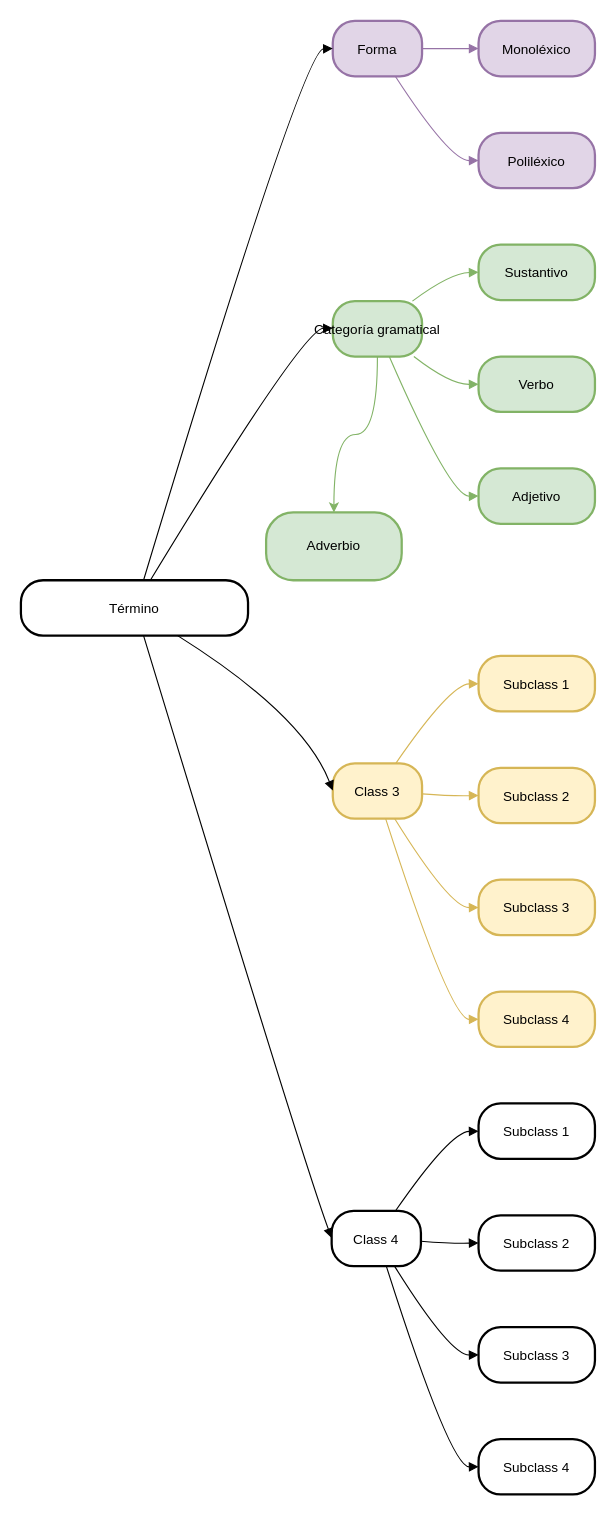
This is tipología.drawio from isabel-mm/guacamole, a draw.io file, before an edit. Source tidied: cells renumbered, new cells numbered last; positions are measured from the earlier drawing's top-left corner, leaving out a move shared by most shapes. Both pictures are drawn from the tidied source at 113%, with x=0, y=0 at pixel (20, 20).
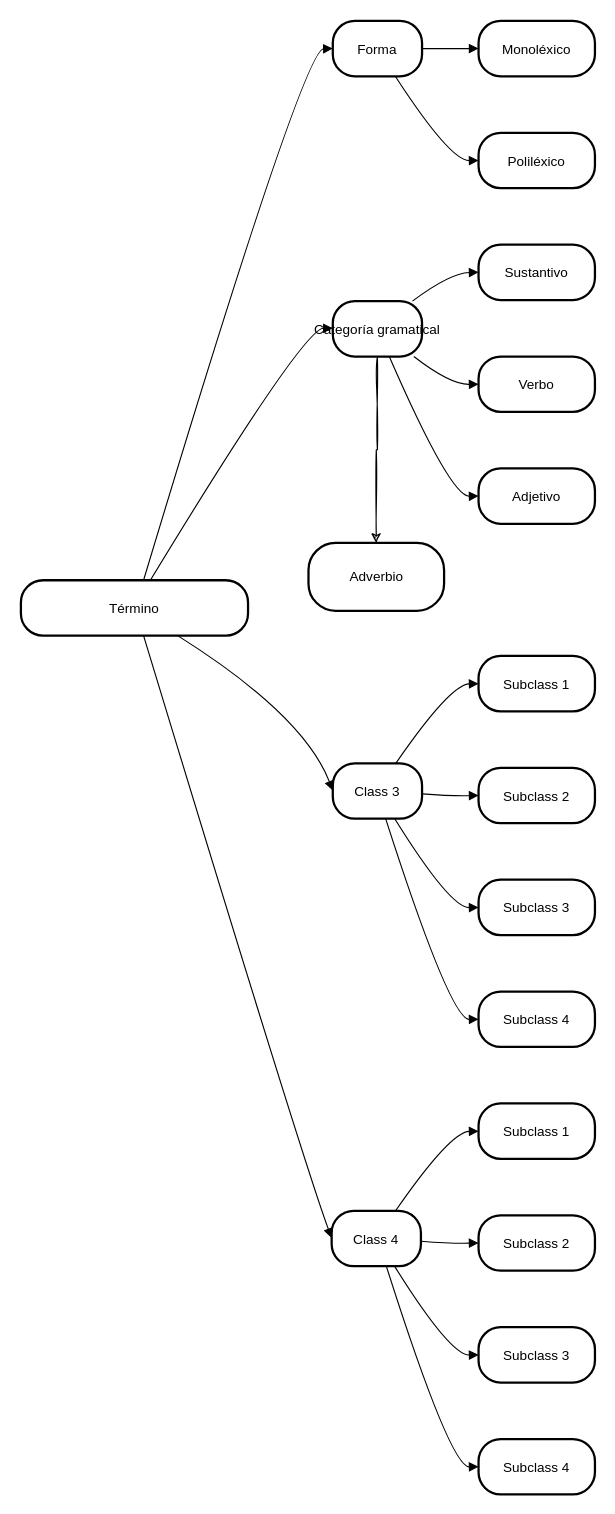
The same diagram, later.

Change to the diagram source:
```diff
@@
-    <mxCell id="3" value="Forma" style="rounded=1;arcSize=40;strokeWidth=2;fillColor=#e1d5e7;strokeColor=#9673a6;" parent="1" vertex="1">
+    <mxCell id="3" value="Forma" style="rounded=1;arcSize=40;strokeWidth=2;" parent="1" vertex="1">
       <mxGeometry x="276" width="79" height="49" as="geometry" />
     </mxCell>
-    <mxCell id="4" style="edgeStyle=orthogonalEdgeStyle;rounded=0;hachureGap=4;jettySize=auto;html=1;fontFamily=Architects Daughter;fillColor=#d5e8d4;strokeColor=#82b366;flowAnimation=0;curved=1;" parent="1" edge="1" source="5" target="38">
+    <mxCell id="4" style="edgeStyle=orthogonalEdgeStyle;rounded=0;sketch=1;hachureGap=4;jiggle=2;curveFitting=1;jettySize=auto;html=1;fontFamily=Architects Daughter;" parent="1" edge="1" source="5" target="38">
       <mxGeometry relative="1" as="geometry" />
     </mxCell>
-    <mxCell id="5" value="Categoría gramatical" style="rounded=1;arcSize=40;strokeWidth=2;fillColor=#d5e8d4;strokeColor=#82b366;" parent="1" vertex="1">
+    <mxCell id="5" value="Categoría gramatical" style="rounded=1;arcSize=40;strokeWidth=2;" parent="1" vertex="1">
       <mxGeometry x="276" y="248" width="79" height="49" as="geometry" />
     </mxCell>
-    <mxCell id="6" value="Class 3" style="rounded=1;arcSize=40;strokeWidth=2;fillColor=#fff2cc;strokeColor=#d6b656;" parent="1" vertex="1">
+    <mxCell id="6" value="Class 3" style="rounded=1;arcSize=40;strokeWidth=2;" parent="1" vertex="1">
       <mxGeometry x="276" y="657" width="79" height="49" as="geometry" />
     </mxCell>
@@
-    <mxCell id="8" value="Monoléxico" style="rounded=1;arcSize=40;strokeWidth=2;fillColor=#e1d5e7;strokeColor=#9673a6;" parent="1" vertex="1">
+    <mxCell id="8" value="Monoléxico" style="rounded=1;arcSize=40;strokeWidth=2;" parent="1" vertex="1">
       <mxGeometry x="405" width="103" height="49" as="geometry" />
     </mxCell>
-    <mxCell id="9" value="Poliléxico" style="rounded=1;arcSize=40;strokeWidth=2;fillColor=#e1d5e7;strokeColor=#9673a6;" parent="1" vertex="1">
+    <mxCell id="9" value="Poliléxico" style="rounded=1;arcSize=40;strokeWidth=2;" parent="1" vertex="1">
       <mxGeometry x="405" y="99" width="103" height="49" as="geometry" />
     </mxCell>
-    <mxCell id="10" value="Sustantivo" style="rounded=1;arcSize=40;strokeWidth=2;fillColor=#d5e8d4;strokeColor=#82b366;" parent="1" vertex="1">
+    <mxCell id="10" value="Sustantivo" style="rounded=1;arcSize=40;strokeWidth=2;" parent="1" vertex="1">
       <mxGeometry x="405" y="198" width="103" height="49" as="geometry" />
     </mxCell>
-    <mxCell id="11" value="Verbo" style="rounded=1;arcSize=40;strokeWidth=2;fillColor=#d5e8d4;strokeColor=#82b366;" parent="1" vertex="1">
+    <mxCell id="11" value="Verbo" style="rounded=1;arcSize=40;strokeWidth=2;" parent="1" vertex="1">
       <mxGeometry x="405" y="297" width="103" height="49" as="geometry" />
     </mxCell>
-    <mxCell id="12" value="Adjetivo" style="rounded=1;arcSize=40;strokeWidth=2;fillColor=#d5e8d4;strokeColor=#82b366;" parent="1" vertex="1">
+    <mxCell id="12" value="Adjetivo" style="rounded=1;arcSize=40;strokeWidth=2;" parent="1" vertex="1">
       <mxGeometry x="405" y="396" width="103" height="49" as="geometry" />
     </mxCell>
-    <mxCell id="13" value="Subclass 1" style="rounded=1;arcSize=40;strokeWidth=2;fillColor=#fff2cc;strokeColor=#d6b656;" parent="1" vertex="1">
+    <mxCell id="13" value="Subclass 1" style="rounded=1;arcSize=40;strokeWidth=2;" parent="1" vertex="1">
       <mxGeometry x="405" y="562" width="103" height="49" as="geometry" />
     </mxCell>
-    <mxCell id="14" value="Subclass 2" style="rounded=1;arcSize=40;strokeWidth=2;fillColor=#fff2cc;strokeColor=#d6b656;" parent="1" vertex="1">
+    <mxCell id="14" value="Subclass 2" style="rounded=1;arcSize=40;strokeWidth=2;" parent="1" vertex="1">
       <mxGeometry x="405" y="661" width="103" height="49" as="geometry" />
     </mxCell>
-    <mxCell id="15" value="Subclass 3" style="rounded=1;arcSize=40;strokeWidth=2;fillColor=#fff2cc;strokeColor=#d6b656;" parent="1" vertex="1">
+    <mxCell id="15" value="Subclass 3" style="rounded=1;arcSize=40;strokeWidth=2;" parent="1" vertex="1">
       <mxGeometry x="405" y="760" width="103" height="49" as="geometry" />
     </mxCell>
-    <mxCell id="16" value="Subclass 4" style="rounded=1;arcSize=40;strokeWidth=2;fillColor=#fff2cc;strokeColor=#d6b656;" parent="1" vertex="1">
+    <mxCell id="16" value="Subclass 4" style="rounded=1;arcSize=40;strokeWidth=2;" parent="1" vertex="1">
       <mxGeometry x="405" y="859" width="103" height="49" as="geometry" />
     </mxCell>
@@
-    <mxCell id="25" style="curved=1;startArrow=none;endArrow=block;exitX=0.99;exitY=0.5;entryX=0;entryY=0.5;fillColor=#e1d5e7;strokeColor=#9673a6;" parent="1" edge="1" source="3" target="8">
+    <mxCell id="25" style="curved=1;startArrow=none;endArrow=block;exitX=0.99;exitY=0.5;entryX=0;entryY=0.5;" parent="1" edge="1" source="3" target="8">
       <mxGeometry relative="1" as="geometry" />
     </mxCell>
-    <mxCell id="26" style="curved=1;startArrow=none;endArrow=block;exitX=0.7;exitY=1;entryX=0;entryY=0.5;fillColor=#e1d5e7;strokeColor=#9673a6;" parent="1" edge="1" source="3" target="9">
+    <mxCell id="26" style="curved=1;startArrow=none;endArrow=block;exitX=0.7;exitY=1;entryX=0;entryY=0.5;" parent="1" edge="1" source="3" target="9">
       <mxGeometry relative="1" as="geometry">
         <Array as="points">
           <mxPoint x="380" y="124" />
         </Array>
       </mxGeometry>
     </mxCell>
-    <mxCell id="27" style="curved=1;startArrow=none;endArrow=block;exitX=0.9;exitY=-0.01;entryX=0;entryY=0.5;fillColor=#d5e8d4;strokeColor=#82b366;" parent="1" edge="1" source="5" target="10">
+    <mxCell id="27" style="curved=1;startArrow=none;endArrow=block;exitX=0.9;exitY=-0.01;entryX=0;entryY=0.5;" parent="1" edge="1" source="5" target="10">
       <mxGeometry relative="1" as="geometry">
         <Array as="points">
           <mxPoint x="380" y="223" />
         </Array>
       </mxGeometry>
     </mxCell>
-    <mxCell id="28" style="curved=1;startArrow=none;endArrow=block;exitX=0.9;exitY=0.99;entryX=0;entryY=0.5;fillColor=#d5e8d4;strokeColor=#82b366;" parent="1" edge="1" source="5" target="11">
+    <mxCell id="28" style="curved=1;startArrow=none;endArrow=block;exitX=0.9;exitY=0.99;entryX=0;entryY=0.5;" parent="1" edge="1" source="5" target="11">
       <mxGeometry relative="1" as="geometry">
         <Array as="points">
           <mxPoint x="380" y="322" />
         </Array>
       </mxGeometry>
     </mxCell>
-    <mxCell id="29" style="curved=1;startArrow=none;endArrow=block;exitX=0.63;exitY=0.99;entryX=0;entryY=0.5;fillColor=#d5e8d4;strokeColor=#82b366;" parent="1" edge="1" source="5" target="12">
+    <mxCell id="29" style="curved=1;startArrow=none;endArrow=block;exitX=0.63;exitY=0.99;entryX=0;entryY=0.5;" parent="1" edge="1" source="5" target="12">
       <mxGeometry relative="1" as="geometry">
         <Array as="points">
           <mxPoint x="380" y="421" />
         </Array>
       </mxGeometry>
     </mxCell>
-    <mxCell id="30" style="curved=1;startArrow=none;endArrow=block;exitX=0.71;exitY=-0.01;entryX=0;entryY=0.5;fillColor=#fff2cc;strokeColor=#d6b656;" parent="1" edge="1" source="6" target="13">
+    <mxCell id="30" style="curved=1;startArrow=none;endArrow=block;exitX=0.71;exitY=-0.01;entryX=0;entryY=0.5;" parent="1" edge="1" source="6" target="13">
       <mxGeometry relative="1" as="geometry">
         <Array as="points">
           <mxPoint x="380" y="587" />
         </Array>
       </mxGeometry>
     </mxCell>
-    <mxCell id="31" style="curved=1;startArrow=none;endArrow=block;exitX=0.99;exitY=0.55;entryX=0;entryY=0.5;fillColor=#fff2cc;strokeColor=#d6b656;" parent="1" edge="1" source="6" target="14">
+    <mxCell id="31" style="curved=1;startArrow=none;endArrow=block;exitX=0.99;exitY=0.55;entryX=0;entryY=0.5;" parent="1" edge="1" source="6" target="14">
       <mxGeometry relative="1" as="geometry">
         <Array as="points">
           <mxPoint x="380" y="686" />
         </Array>
       </mxGeometry>
     </mxCell>
-    <mxCell id="32" style="curved=1;startArrow=none;endArrow=block;exitX=0.69;exitY=0.99;entryX=0;entryY=0.5;fillColor=#fff2cc;strokeColor=#d6b656;" parent="1" edge="1" source="6" target="15">
+    <mxCell id="32" style="curved=1;startArrow=none;endArrow=block;exitX=0.69;exitY=0.99;entryX=0;entryY=0.5;" parent="1" edge="1" source="6" target="15">
       <mxGeometry relative="1" as="geometry">
         <Array as="points">
           <mxPoint x="380" y="785" />
         </Array>
       </mxGeometry>
     </mxCell>
-    <mxCell id="33" style="curved=1;startArrow=none;endArrow=block;exitX=0.59;exitY=0.99;entryX=0;entryY=0.5;fillColor=#fff2cc;strokeColor=#d6b656;" parent="1" edge="1" source="6" target="16">
+    <mxCell id="33" style="curved=1;startArrow=none;endArrow=block;exitX=0.59;exitY=0.99;entryX=0;entryY=0.5;" parent="1" edge="1" source="6" target="16">
       <mxGeometry relative="1" as="geometry">
         <Array as="points">
           <mxPoint x="380" y="884" />
         </Array>
       </mxGeometry>
     </mxCell>
@@
-    <mxCell id="38" value="Adverbio" style="whiteSpace=wrap;html=1;rounded=1;arcSize=40;strokeWidth=2;fillColor=#d5e8d4;strokeColor=#82b366;" parent="1" vertex="1">
-      <mxGeometry x="217" y="435" width="120" height="60" as="geometry" />
+    <mxCell id="38" value="Adverbio" style="whiteSpace=wrap;html=1;rounded=1;arcSize=40;strokeWidth=2;" parent="1" vertex="1">
+      <mxGeometry x="254.5" y="462" width="120" height="60" as="geometry" />
     </mxCell>
```
